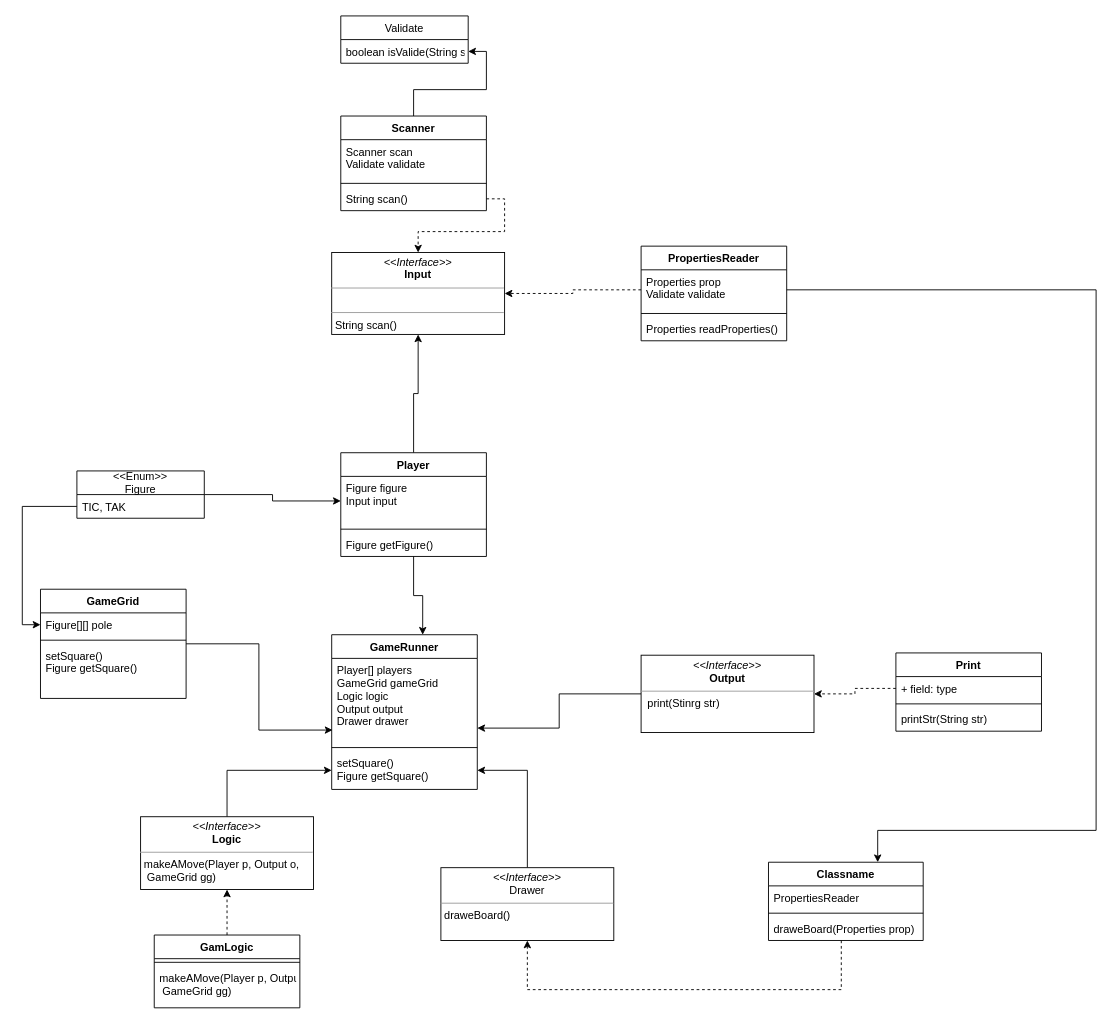
This is chapter_004/Untitled Diagram.drawio from RamonOga/job4j_design, a draw.io file, before an edit. Source tidied: cells renumbered, new cells numbered last; positions are measured from the earlier drawing's top-left corner, leaving out a move shared by most shapes. Both pictures are drawn from the tidied source at 91%, with x=0, y=0 at pixel (40, 15).
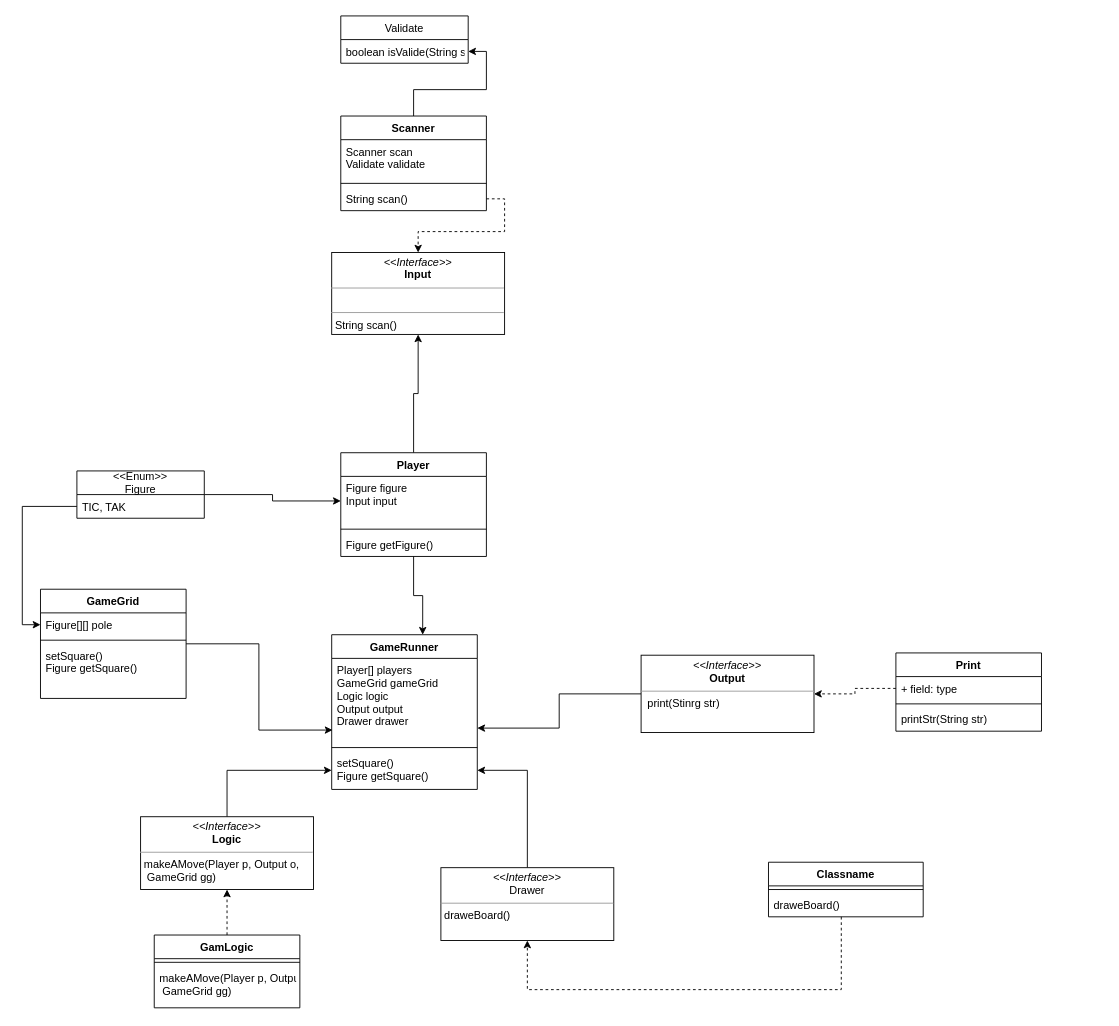
The same diagram, later.

The change refers to these unchanged cells:
```xml
<mxCell id="9" value="&lt;p style=&quot;margin: 0px ; margin-top: 4px ; text-align: center&quot;&gt;&lt;i&gt;&amp;lt;&amp;lt;Interface&amp;gt;&amp;gt;&lt;/i&gt;&lt;br&gt;&lt;b&gt;Input&lt;/b&gt;&lt;/p&gt;&lt;hr size=&quot;1&quot;&gt;&lt;p style=&quot;margin: 0px ; margin-left: 4px&quot;&gt;&lt;br&gt;&lt;/p&gt;&lt;hr size=&quot;1&quot;&gt;&lt;p style=&quot;margin: 0px ; margin-left: 4px&quot;&gt;String scan()&lt;/p&gt;" style="verticalAlign=top;align=left;overflow=fill;fontSize=12;fontFamily=Helvetica;html=1;" parent="1" vertex="1">
  <mxGeometry x="320" y="260" width="190" height="90" as="geometry" />
</mxCell>
```

The edit, as a diff of the source:
```diff
@@
-    <mxCell id="45" value="PropertiesReader" style="swimlane;fontStyle=1;align=center;verticalAlign=top;horizontal=1;startSize=26;" parent="1" vertex="1">
-      <mxGeometry x="660" y="253" width="160" height="104" as="geometry" />
-    </mxCell>
-    <mxCell id="46" value="Properties prop&#10;Validate validate" style="text;strokeColor=none;fillColor=none;align=left;verticalAlign=top;spacingLeft=4;spacingRight=4;overflow=hidden;points=[[0,0.5],[1,0.5]];portConstraint=eastwest;" parent="45" vertex="1">
-      <mxGeometry y="26" width="160" height="44" as="geometry" />
-    </mxCell>
-    <mxCell id="47" style="line;strokeWidth=1;fillColor=none;align=left;verticalAlign=middle;spacingTop=-1;spacingLeft=3;spacingRight=3;labelPosition=right;" parent="45" vertex="1">
-      <mxGeometry y="70" width="160" height="8" as="geometry" />
-    </mxCell>
-    <mxCell id="48" value="Properties readProperties()" style="text;strokeColor=none;fillColor=none;align=left;verticalAlign=top;spacingLeft=4;spacingRight=4;overflow=hidden;" parent="45" vertex="1">
-      <mxGeometry y="78" width="160" height="26" as="geometry" />
-    </mxCell>
-    <mxCell id="49" style="edgeStyle=orthogonalEdgeStyle;rounded=0;jettySize=auto;html=1;exitX=0;exitY=0.5;exitDx=0;exitDy=0;dashed=1;" parent="1" edge="1" source="46" target="9">
-      <mxGeometry relative="1" as="geometry" />
-    </mxCell>
-    <mxCell id="50" style="edgeStyle=orthogonalEdgeStyle;rounded=0;jettySize=auto;html=1;exitX=1;exitY=0.5;exitDx=0;exitDy=0;" parent="1" edge="1" source="46">
-      <mxGeometry relative="1" as="geometry">
-        <mxPoint x="920" y="930" as="targetPoint" />
-        <Array as="points">
-          <mxPoint x="1160" y="301" />
-          <mxPoint x="1160" y="895" />
-        </Array>
-      </mxGeometry>
-    </mxCell>
@@
     <mxCell id="52" value="Classname" style="swimlane;fontStyle=1;align=center;verticalAlign=top;horizontal=1;startSize=26;" parent="1" vertex="1">
-      <mxGeometry x="800" y="930" width="170" height="86" as="geometry" />
+      <mxGeometry x="800" y="930" width="170" height="60" as="geometry" />
     </mxCell>
-    <mxCell id="53" value="PropertiesReader" style="text;strokeColor=none;fillColor=none;align=left;verticalAlign=top;spacingLeft=4;spacingRight=4;overflow=hidden;" parent="52" vertex="1">
-      <mxGeometry y="26" width="170" height="26" as="geometry" />
-    </mxCell>
     <mxCell id="54" style="line;strokeWidth=1;fillColor=none;align=left;verticalAlign=middle;spacingTop=-1;spacingLeft=3;spacingRight=3;labelPosition=right;" parent="52" vertex="1">
-      <mxGeometry y="52" width="170" height="8" as="geometry" />
+      <mxGeometry y="26" width="170" height="8" as="geometry" />
     </mxCell>
-    <mxCell id="55" value="draweBoard(Properties prop)" style="text;strokeColor=none;fillColor=none;align=left;verticalAlign=top;spacingLeft=4;spacingRight=4;overflow=hidden;" parent="52" vertex="1">
-      <mxGeometry y="60" width="170" height="26" as="geometry" />
+    <mxCell id="55" value="draweBoard()" style="text;strokeColor=none;fillColor=none;align=left;verticalAlign=top;spacingLeft=4;spacingRight=4;overflow=hidden;" parent="52" vertex="1">
+      <mxGeometry y="34" width="170" height="26" as="geometry" />
     </mxCell>
```
